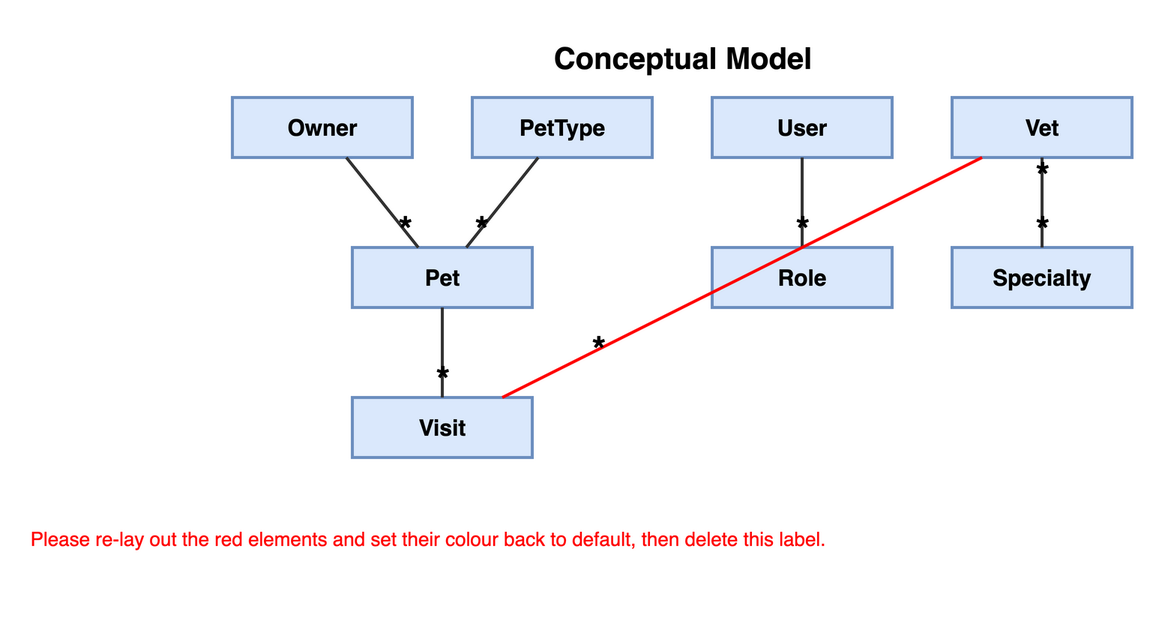
Above: petclinic-backend/docs/ConceptualModel.drawio.png in victorrentea/petclinic (draw.io), before the change. Source tidied: cells renumbered, new cells last; positions are measured from the earlier drawing's top-left corner, leaving out a move shared by most shapes.
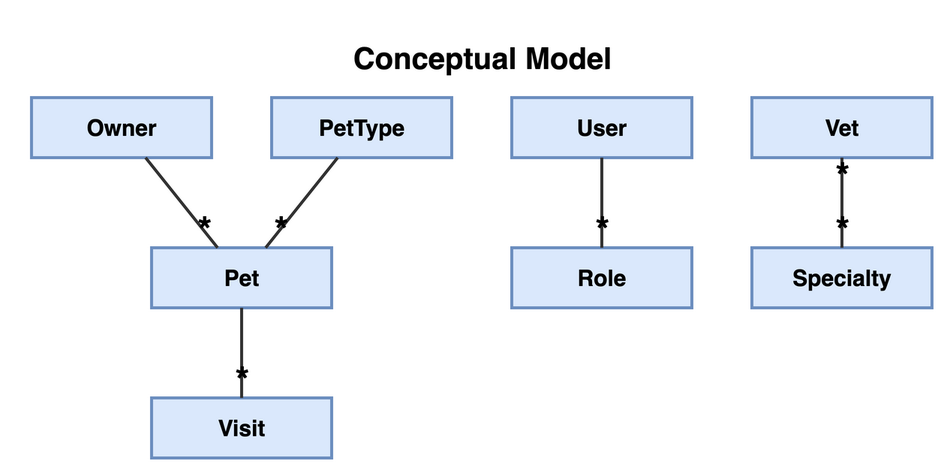
The same diagram one commit later.

Commit message:
review-points: base moved to main's 664c5b3b (merged)

Diff of the diagram source:
```diff
@@ -62,14 +62,5 @@
     <mxCell id="21" value="*" style="edgeLabel;html=1;align=center;verticalAlign=middle;fontSize=24;fontStyle=1;labelBackgroundColor=none;" parent="19" vertex="1">
       <mxGeometry x="-0.6" relative="1" as="geometry" />
     </mxCell>
-    <mxCell id="22" style="endArrow=none;html=1;strokeColor=#FF0000;strokeWidth=2;fontSize=12;" parent="1" edge="1" source="10" target="6">
-      <mxGeometry relative="1" as="geometry" />
-    </mxCell>
-    <mxCell id="23" value="*" style="edgeLabel;html=1;align=center;verticalAlign=middle;fontSize=24;fontStyle=1;labelBackgroundColor=none;" parent="22" vertex="1">
-      <mxGeometry x="-0.6" relative="1" as="geometry" />
-    </mxCell>
-    <mxCell id="24" value="Please re-lay out the red elements and set their colour back to default, then delete this label." style="text;html=1;align=center;fontSize=13;fontColor=#FF0000;" parent="1" vertex="1">
-      <mxGeometry y="325" width="260" height="60" as="geometry" />
-    </mxCell>
   </root>
 </mxGraphModel>
```
